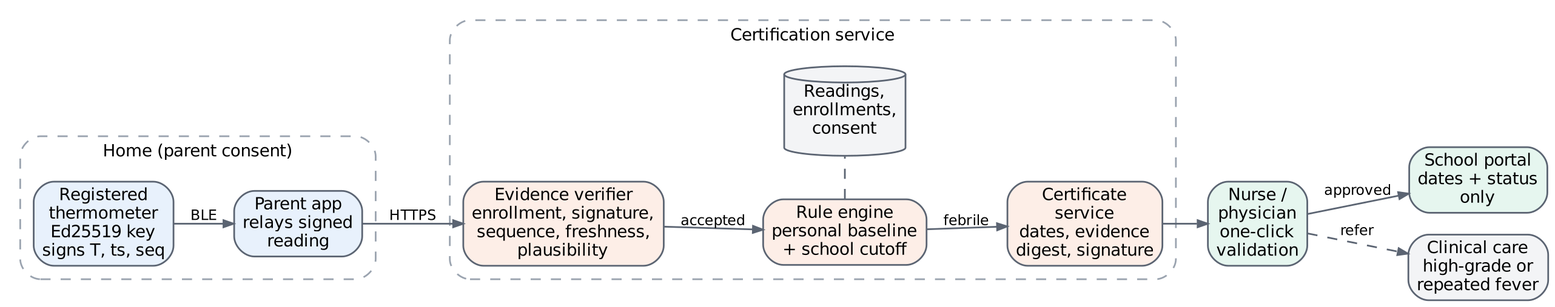
This is docs/figures/architecture.png from ManishXGupta/VerifiedFever-POC, a Graphviz export, as it was before one commit. Its source is kept beside it as docs/diagrams/architecture.dot.
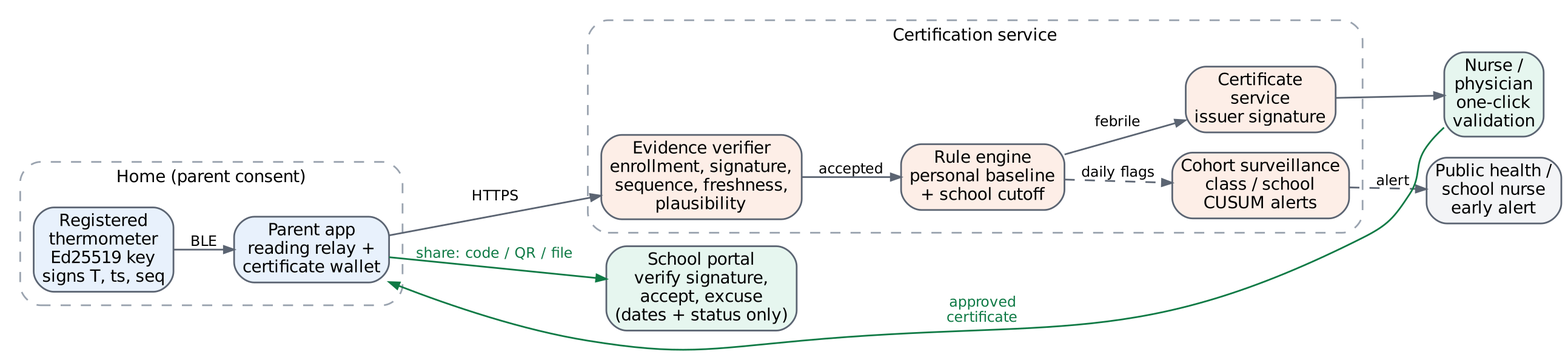
After the commit.

The edit, as a diff of the source:
```diff
@@ -1,29 +1,29 @@
 digraph architecture {
-  rankdir=LR; nodesep=0.18; ranksep=0.28; fontname="Helvetica"; newrank=true;
+  rankdir=LR; nodesep=0.16; ranksep=0.26; fontname="Helvetica"; newrank=true;
   node [shape=box, style="rounded,filled", fillcolor="#ffffff", color="#5b6472", fontname="Helvetica", fontsize=10, margin="0.07,0.04"];
   edge [color="#5b6472", fontname="Helvetica", fontsize=8.5, arrowsize=0.6];
 
   subgraph cluster_home { label="Home (parent consent)"; style="rounded,dashed"; color="#9aa3af"; fontsize=10;
-    therm [label="Registered\nthermometer\nEd25519 key\nsigns T, ts, seq", fillcolor="#e8f1fc"];
-    app   [label="Parent app\nrelays signed\nreading", fillcolor="#e8f1fc"];
+    therm  [label="Registered\nthermometer\nEd25519 key\nsigns T, ts, seq", fillcolor="#e8f1fc"];
+    app    [label="Parent app\nreading relay +\ncertificate wallet", fillcolor="#e8f1fc"];
   }
   subgraph cluster_cloud { label="Certification service"; style="rounded,dashed"; color="#9aa3af"; fontsize=10;
     verify [label="Evidence verifier\nenrollment, signature,\nsequence, freshness,\nplausibility", fillcolor="#fdeee7"];
     rules  [label="Rule engine\npersonal baseline\n+ school cutoff", fillcolor="#fdeee7"];
-    cert   [label="Certificate\nservice\ndates, evidence\ndigest, signature", fillcolor="#fdeee7"];
-    db     [label="Readings,\nenrollments,\nconsent", shape=cylinder, fillcolor="#f3f4f6"];
+    cert   [label="Certificate\nservice\nissuer signature", fillcolor="#fdeee7"];
+    surv   [label="Cohort surveillance\nclass / school\nCUSUM alerts", fillcolor="#fdeee7"];
   }
   nurse  [label="Nurse /\nphysician\none-click\nvalidation", fillcolor="#e6f6ef"];
-  school [label="School portal\ndates + status\nonly", fillcolor="#e6f6ef"];
-  clin   [label="Clinical care\nhigh-grade or\nrepeated fever", fillcolor="#f3f4f6"];
+  school [label="School portal\nverify signature,\naccept, excuse\n(dates + status only)", fillcolor="#e6f6ef"];
+  ph     [label="Public health /\nschool nurse\nearly alert", fillcolor="#f3f4f6"];
 
   therm -> app [label="BLE"];
   app -> verify [label="HTTPS"];
   verify -> rules [label="accepted"];
   rules -> cert [label="febrile"];
-  rules -> db [dir=none, style=dashed];
+  rules -> surv [label="daily flags", style=dashed];
+  surv -> ph [label="alert", style=dashed];
   cert -> nurse;
-  nurse -> school [label="approved"];
-  nurse -> clin [label="refer", style=dashed];
-  {rank=same; rules; db}
+  nurse -> app [label="approved\ncertificate", constraint=false, color="#0f7a45", fontcolor="#0f7a45"];
+  app -> school [label="share: code / QR / file", color="#0f7a45", fontcolor="#0f7a45"];
 }
```
